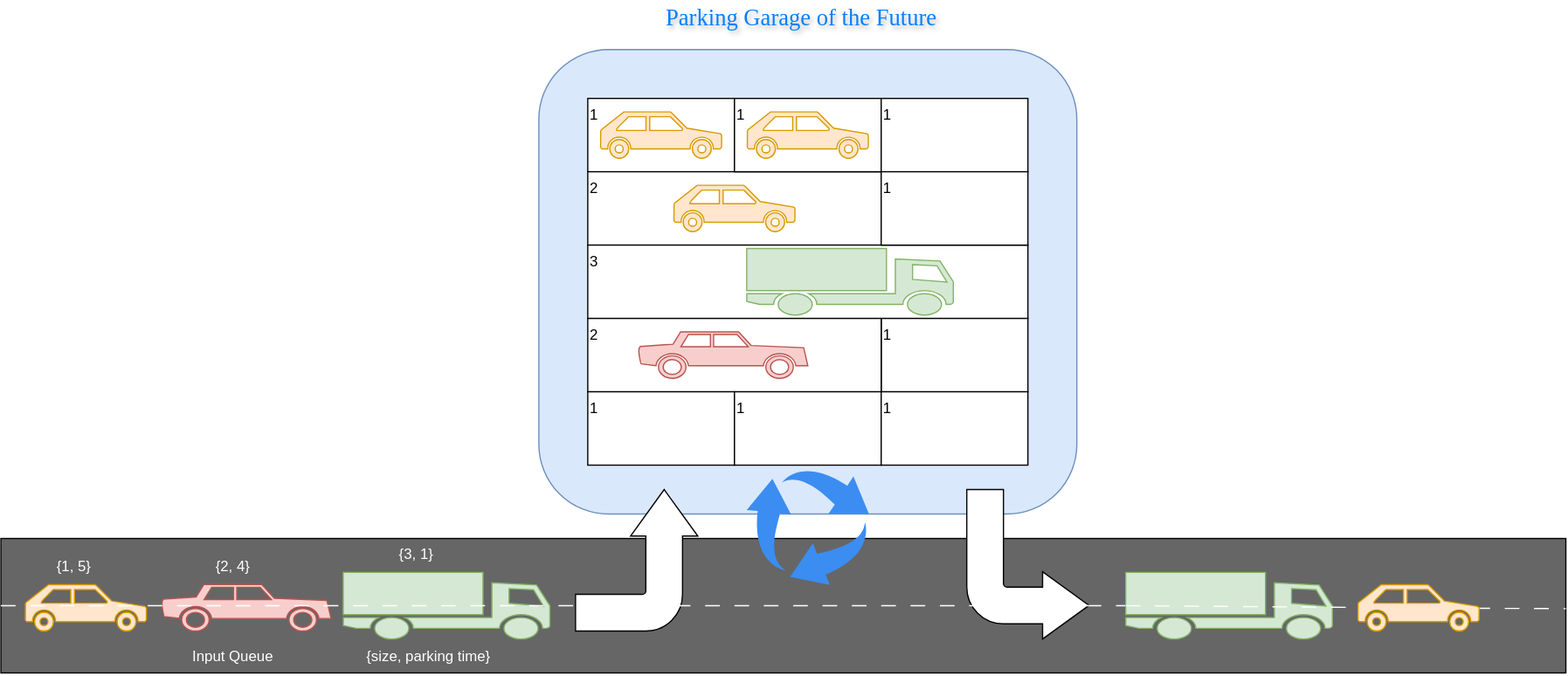
sanleches/PGOF keeps this draw.io diagram as PGOF.drawio.svg. Above is the earlier version. Source tidied: cells renumbered, new cells last; positions are measured from the earlier drawing's top-left corner, leaving out a move shared by most shapes. The source it was exported from:
```xml
<mxGraphModel>
  <root>
    <mxCell id="0" />
    <mxCell id="1" parent="0" />
    <mxCell id="2" style="rounded=0;whiteSpace=wrap;html=1;fillColor=#666666;fontColor=#808080;" parent="1" vertex="1">
      <mxGeometry y="440" width="1280" height="110" as="geometry" />
    </mxCell>
    <mxCell id="3" style="rounded=1;whiteSpace=wrap;html=1;align=left;verticalAlign=top;fillColor=#dae8fc;strokeColor=#6c8ebf;" parent="1" vertex="1">
      <mxGeometry x="440" y="40" width="440" height="380" as="geometry" />
    </mxCell>
    <mxCell id="4" value="1" style="rounded=0;whiteSpace=wrap;html=1;align=left;verticalAlign=top;" parent="1" vertex="1">
      <mxGeometry x="480" y="80" width="120" height="60" as="geometry" />
    </mxCell>
    <mxCell id="5" value="2" style="rounded=0;whiteSpace=wrap;html=1;align=left;verticalAlign=top;" parent="1" vertex="1">
      <mxGeometry x="480" y="140" width="240" height="60" as="geometry" />
    </mxCell>
    <mxCell id="6" value="3" style="rounded=0;whiteSpace=wrap;html=1;align=left;verticalAlign=top;" parent="1" vertex="1">
      <mxGeometry x="480" y="200" width="360" height="60" as="geometry" />
    </mxCell>
    <mxCell id="7" value="1" style="rounded=0;whiteSpace=wrap;html=1;align=left;verticalAlign=top;" parent="1" vertex="1">
      <mxGeometry x="600" y="80" width="120" height="60" as="geometry" />
    </mxCell>
    <mxCell id="8" value="1" style="rounded=0;whiteSpace=wrap;html=1;align=left;verticalAlign=top;" parent="1" vertex="1">
      <mxGeometry x="720" y="80" width="120" height="60" as="geometry" />
    </mxCell>
    <mxCell id="9" value="1" style="rounded=0;whiteSpace=wrap;html=1;align=left;verticalAlign=top;" parent="1" vertex="1">
      <mxGeometry x="720" y="140" width="120" height="60" as="geometry" />
    </mxCell>
    <mxCell id="10" value="1" style="rounded=0;whiteSpace=wrap;html=1;align=left;verticalAlign=top;" parent="1" vertex="1">
      <mxGeometry x="720" y="260" width="120" height="60" as="geometry" />
    </mxCell>
    <mxCell id="11" value="2" style="rounded=0;whiteSpace=wrap;html=1;align=left;verticalAlign=top;" parent="1" vertex="1">
      <mxGeometry x="480" y="260" width="240" height="60" as="geometry" />
    </mxCell>
    <mxCell id="12" value="1" style="rounded=0;whiteSpace=wrap;html=1;align=left;verticalAlign=top;" parent="1" vertex="1">
      <mxGeometry x="480" y="320" width="120" height="60" as="geometry" />
    </mxCell>
    <mxCell id="13" value="1" style="rounded=0;whiteSpace=wrap;html=1;align=left;verticalAlign=top;" parent="1" vertex="1">
      <mxGeometry x="600" y="320" width="120" height="60" as="geometry" />
    </mxCell>
    <mxCell id="14" value="1" style="rounded=0;whiteSpace=wrap;html=1;align=left;verticalAlign=top;" parent="1" vertex="1">
      <mxGeometry x="720" y="320" width="120" height="60" as="geometry" />
    </mxCell>
    <mxCell id="15" style="shape=mxgraph.signs.transportation.car_3;html=1;verticalLabelPosition=bottom;verticalAlign=top;align=center;flipH=1;fillColor=#ffe6cc;strokeColor=#d79b00;" parent="1" vertex="1">
      <mxGeometry x="20" y="477.8" width="99" height="38" as="geometry" />
    </mxCell>
    <mxCell id="16" style="shape=mxgraph.signs.transportation.truck_1;html=1;verticalLabelPosition=bottom;verticalAlign=top;align=center;flipH=1;fillColor=#d5e8d4;strokeColor=#82b366;" parent="1" vertex="1">
      <mxGeometry x="280" y="467.8" width="169" height="54.5" as="geometry" />
    </mxCell>
    <mxCell id="17" style="shape=mxgraph.signs.transportation.car_2;html=1;verticalLabelPosition=bottom;verticalAlign=top;align=center;flipH=1;fillColor=#f8cecc;strokeColor=#b85450;" parent="1" vertex="1">
      <mxGeometry x="130" y="477.8" width="140" height="38" as="geometry" />
    </mxCell>
    <mxCell id="18" value="{1, 5}" style="text;html=1;align=center;verticalAlign=middle;whiteSpace=wrap;rounded=0;fontColor=#FFFFFF;" parent="1" vertex="1">
      <mxGeometry x="30" y="447.8" width="60" height="30" as="geometry" />
    </mxCell>
    <mxCell id="19" value="{2, 4}" style="text;html=1;align=center;verticalAlign=middle;whiteSpace=wrap;rounded=0;fontColor=#FFFFFF;" parent="1" vertex="1">
      <mxGeometry x="160" y="447.8" width="60" height="30" as="geometry" />
    </mxCell>
    <mxCell id="20" value="{3, 1}" style="text;html=1;align=center;verticalAlign=middle;whiteSpace=wrap;rounded=0;fontColor=#FFFFFF;" parent="1" vertex="1">
      <mxGeometry x="310" y="437.8" width="60" height="30" as="geometry" />
    </mxCell>
    <mxCell id="21" value="Input Queue" style="text;html=1;align=center;verticalAlign=middle;whiteSpace=wrap;rounded=0;fontColor=#FFFFFF;" parent="1" vertex="1">
      <mxGeometry x="145" y="522.2" width="90" height="30" as="geometry" />
    </mxCell>
    <mxCell id="22" style="html=1;shadow=0;dashed=0;align=center;verticalAlign=middle;shape=mxgraph.arrows2.bendArrow;dy=15;dx=38;notch=0;arrowHead=55;rounded=1;direction=south;flipV=1;" parent="1" vertex="1">
      <mxGeometry x="470" y="400" width="100" height="115.8" as="geometry" />
    </mxCell>
    <mxCell id="23" style="html=1;shadow=0;dashed=0;align=center;verticalAlign=middle;shape=mxgraph.arrows2.bendArrow;dy=15;dx=38;notch=0;arrowHead=55;rounded=1;direction=east;flipV=1;" parent="1" vertex="1">
      <mxGeometry x="790" y="400" width="100" height="122.2" as="geometry" />
    </mxCell>
    <mxCell id="24" style="endArrow=none;dashed=1;html=1;exitX=0;exitY=0.5;exitDx=0;exitDy=0;strokeColor=#FFFFFF;dashPattern=12 12;" parent="1" edge="1" source="33" target="2">
      <mxGeometry relative="1" as="geometry" />
    </mxCell>
    <mxCell id="25" style="shape=mxgraph.signs.transportation.truck_1;html=1;verticalLabelPosition=bottom;verticalAlign=top;align=center;flipH=1;fillColor=#d5e8d4;strokeColor=#82b366;" parent="1" vertex="1">
      <mxGeometry x="610" y="202.8" width="169" height="54.5" as="geometry" />
    </mxCell>
    <mxCell id="26" style="shape=mxgraph.signs.transportation.car_2;html=1;verticalLabelPosition=bottom;verticalAlign=top;align=center;flipH=1;fillColor=#f8cecc;strokeColor=#b85450;" parent="1" vertex="1">
      <mxGeometry x="520" y="271" width="140" height="38" as="geometry" />
    </mxCell>
    <mxCell id="27" style="shape=mxgraph.signs.transportation.car_3;html=1;verticalLabelPosition=bottom;verticalAlign=top;align=center;flipH=1;fillColor=#ffe6cc;strokeColor=#d79b00;" parent="1" vertex="1">
      <mxGeometry x="490.5" y="91" width="99" height="38" as="geometry" />
    </mxCell>
    <mxCell id="28" style="shape=mxgraph.signs.transportation.car_3;html=1;verticalLabelPosition=bottom;verticalAlign=top;align=center;flipH=1;fillColor=#ffe6cc;strokeColor=#d79b00;" parent="1" vertex="1">
      <mxGeometry x="610.5" y="91" width="99" height="38" as="geometry" />
    </mxCell>
    <mxCell id="29" style="shape=mxgraph.signs.transportation.car_3;html=1;verticalLabelPosition=bottom;verticalAlign=top;align=center;flipH=1;fillColor=#ffe6cc;strokeColor=#d79b00;" parent="1" vertex="1">
      <mxGeometry x="550.5" y="151" width="99" height="38" as="geometry" />
    </mxCell>
    <mxCell id="30" style="endArrow=none;dashed=1;html=1;exitX=0;exitY=0.5;exitDx=0;exitDy=0;strokeColor=#FFFFFF;dashPattern=12 12;" parent="1" edge="1" source="2" target="31">
      <mxGeometry relative="1" as="geometry" />
    </mxCell>
    <mxCell id="31" style="shape=mxgraph.signs.transportation.truck_1;html=1;verticalLabelPosition=bottom;verticalAlign=top;align=center;flipH=1;fillColor=#d5e8d4;strokeColor=#82b366;" parent="1" vertex="1">
      <mxGeometry x="920" y="467.8" width="169" height="54.5" as="geometry" />
    </mxCell>
    <mxCell id="32" style="endArrow=none;dashed=1;html=1;exitX=0;exitY=0.5;exitDx=0;exitDy=0;strokeColor=#FFFFFF;dashPattern=12 12;" parent="1" edge="1" source="31" target="33">
      <mxGeometry relative="1" as="geometry" />
    </mxCell>
    <mxCell id="33" style="shape=mxgraph.signs.transportation.car_3;html=1;verticalLabelPosition=bottom;verticalAlign=top;align=center;flipH=1;fillColor=#ffe6cc;strokeColor=#d79b00;" parent="1" vertex="1">
      <mxGeometry x="1110" y="477.8" width="99" height="38" as="geometry" />
    </mxCell>
    <mxCell id="34" value="Parking Garage of the Future" style="text;html=1;align=center;verticalAlign=middle;whiteSpace=wrap;rounded=0;fontFamily=Comic Sans MS;fontSize=19;textShadow=1;labelBackgroundColor=none;fontColor=#007FFF;" parent="1" vertex="1">
      <mxGeometry x="510" width="290" height="30" as="geometry" />
    </mxCell>
    <mxCell id="35" value="{size, parking time}" style="text;html=1;align=center;verticalAlign=middle;whiteSpace=wrap;rounded=0;fontColor=#FFFFFF;" parent="1" vertex="1">
      <mxGeometry x="290" y="522.2" width="120" height="30" as="geometry" />
    </mxCell>
    <mxCell id="36" style="sketch=0;html=1;strokeColor=none;shadow=0;fillColor=#3B8DF1;verticalAlign=top;labelPosition=center;verticalLabelPosition=bottom;shape=mxgraph.gcp2.arrow_cycle;" parent="1" vertex="1">
      <mxGeometry x="610" y="383" width="100" height="95" as="geometry" />
    </mxCell>
  </root>
</mxGraphModel>
```
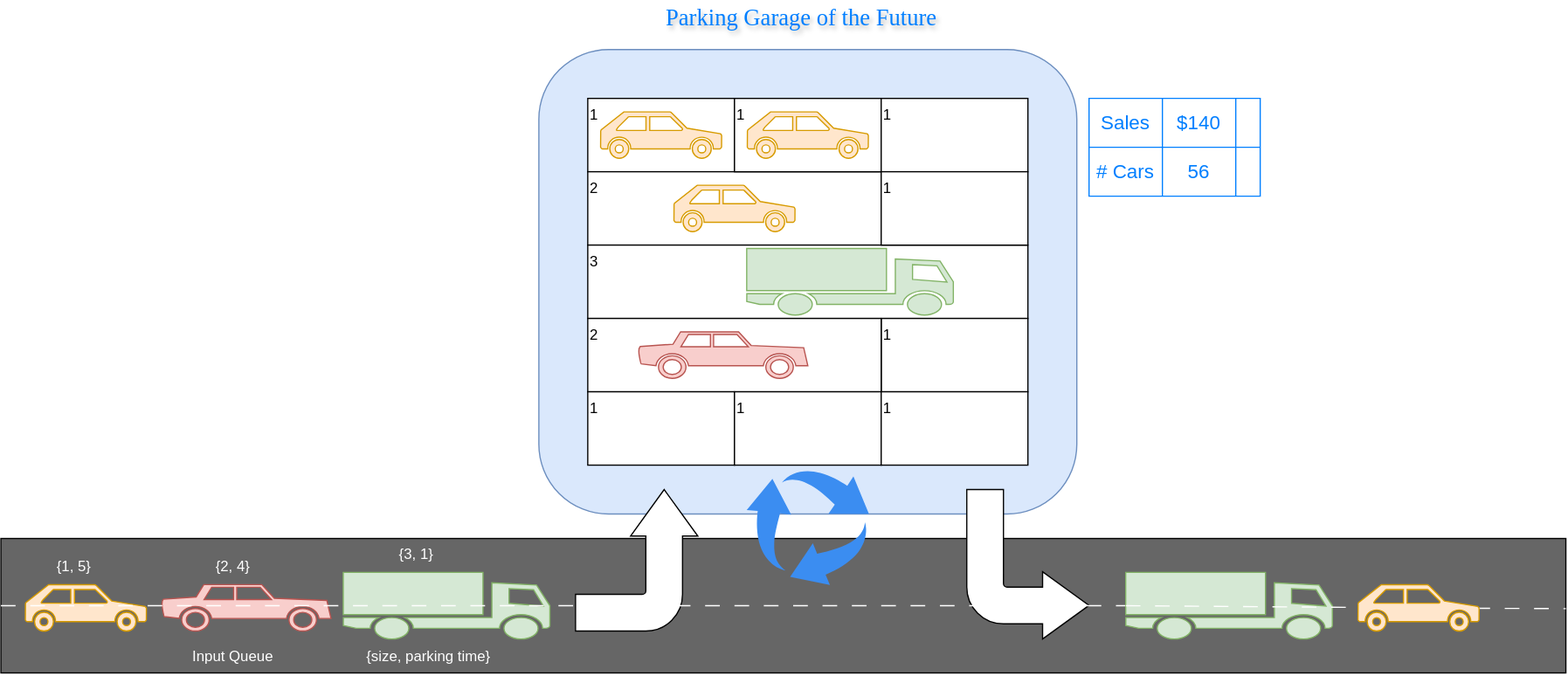
After the commit.

Commit message:
Add PGOF metrics to image

Diff of the diagram source:
```diff
@@ -107,5 +107,32 @@
     <mxCell id="36" style="sketch=0;html=1;strokeColor=none;shadow=0;fillColor=#3B8DF1;verticalAlign=top;labelPosition=center;verticalLabelPosition=bottom;shape=mxgraph.gcp2.arrow_cycle;" parent="1" vertex="1">
       <mxGeometry x="610" y="383" width="100" height="95" as="geometry" />
     </mxCell>
+    <mxCell id="37" style="shape=table;startSize=0;fontSize=16;fontColor=#007FFF;strokeColor=#007FFF;fillColor=none;" parent="1" vertex="1">
+      <mxGeometry x="890" y="80" width="140" height="80" as="geometry" />
+    </mxCell>
+    <mxCell id="38" style="shape=tableRow;horizontal=0;startSize=0;swimlaneHead=0;swimlaneBody=0;strokeColor=#007FFF;top=0;left=0;bottom=0;right=0;fillColor=none;fontSize=16;fontColor=#007FFF;" parent="37" vertex="1">
+      <mxGeometry width="140" height="40" as="geometry" />
+    </mxCell>
+    <mxCell id="39" value="Sales" style="shape=partialRectangle;html=1;whiteSpace=wrap;strokeColor=#007FFF;overflow=hidden;fillColor=none;top=0;left=0;bottom=0;right=0;fontSize=16;fontColor=#007FFF;" parent="38" vertex="1">
+      <mxGeometry width="60" height="40" as="geometry" />
+    </mxCell>
+    <mxCell id="40" value="$140" style="shape=partialRectangle;html=1;whiteSpace=wrap;strokeColor=#007FFF;overflow=hidden;fillColor=none;top=0;left=0;bottom=0;right=0;fontSize=16;fontColor=#007FFF;" parent="38" vertex="1">
+      <mxGeometry x="60" width="60" height="40" as="geometry" />
+    </mxCell>
+    <mxCell id="41" style="shape=partialRectangle;html=1;whiteSpace=wrap;strokeColor=#007FFF;overflow=hidden;fillColor=none;top=0;left=0;bottom=0;right=0;fontSize=16;fontColor=#007FFF;" parent="38" vertex="1">
+      <mxGeometry x="120" width="20" height="40" as="geometry" />
+    </mxCell>
+    <mxCell id="42" style="shape=tableRow;horizontal=0;startSize=0;swimlaneHead=0;swimlaneBody=0;strokeColor=#007FFF;top=0;left=0;bottom=0;right=0;fillColor=none;fontSize=16;fontColor=#007FFF;" parent="37" vertex="1">
+      <mxGeometry y="40" width="140" height="40" as="geometry" />
+    </mxCell>
+    <mxCell id="43" value="# Cars" style="shape=partialRectangle;html=1;whiteSpace=wrap;strokeColor=#007FFF;overflow=hidden;fillColor=none;top=0;left=0;bottom=0;right=0;fontSize=16;fontColor=#007FFF;" parent="42" vertex="1">
+      <mxGeometry width="60" height="40" as="geometry" />
+    </mxCell>
+    <mxCell id="44" value="56" style="shape=partialRectangle;html=1;whiteSpace=wrap;strokeColor=#007FFF;overflow=hidden;fillColor=none;top=0;left=0;bottom=0;right=0;fontSize=16;fontColor=#007FFF;" parent="42" vertex="1">
+      <mxGeometry x="60" width="60" height="40" as="geometry" />
+    </mxCell>
+    <mxCell id="45" style="shape=partialRectangle;html=1;whiteSpace=wrap;strokeColor=#007FFF;overflow=hidden;fillColor=none;top=0;left=0;bottom=0;right=0;fontSize=16;fontColor=#007FFF;" parent="42" vertex="1">
+      <mxGeometry x="120" width="20" height="40" as="geometry" />
+    </mxCell>
   </root>
 </mxGraphModel>
```
